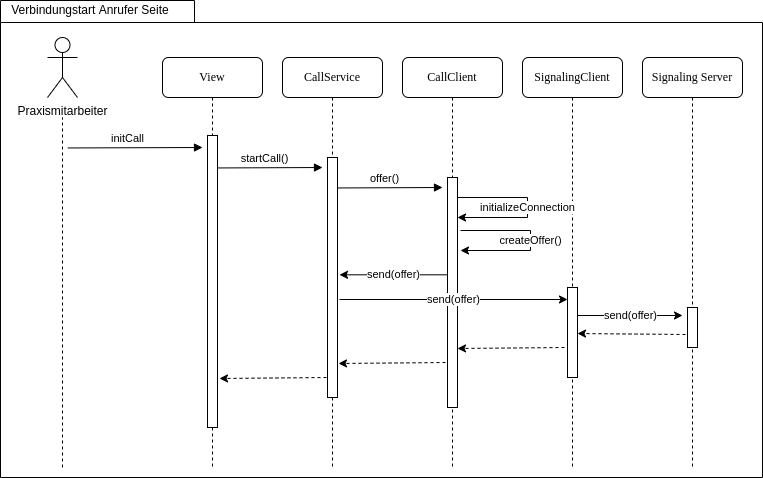
The draw.io diagram src/graphics/diagramms/Sequence_MobileClient_Caller_Signaling.drawio.png in jsvilling/IP6_Bachelorarbeit_Bericht_Cloudbasiertes_Praxisrufsystem, before a commit. Source tidied: cells renumbered, new cells last; positions are measured from the earlier drawing's top-left corner, leaving out a move shared by most shapes.
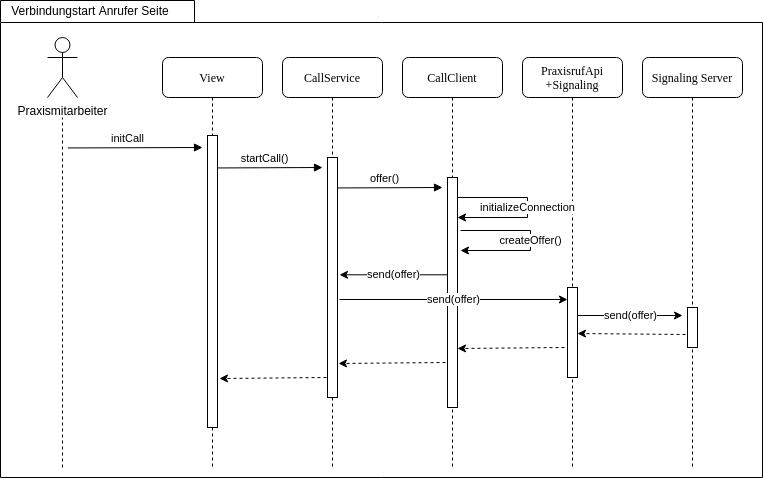
The same diagram one commit later.

Change to the diagram source:
```diff
@@ -35,7 +35,7 @@
         <mxPoint x="-64" y="306" as="targetPoint" />
       </mxGeometry>
     </mxCell>
-    <mxCell id="10" value="SignalingClient" style="shape=umlLifeline;perimeter=lifelinePerimeter;whiteSpace=wrap;html=1;rounded=1;shadow=0;comic=0;labelBackgroundColor=none;strokeWidth=1;fontFamily=Verdana;fontSize=12;align=center;" parent="1" vertex="1">
+    <mxCell id="10" value="PraxisrufApi&lt;br&gt;+Signaling" style="shape=umlLifeline;perimeter=lifelinePerimeter;whiteSpace=wrap;html=1;rounded=1;shadow=0;comic=0;labelBackgroundColor=none;strokeWidth=1;fontFamily=Verdana;fontSize=12;align=center;" parent="1" vertex="1">
       <mxGeometry x="522" y="57" width="100" height="410" as="geometry" />
     </mxCell>
     <mxCell id="11" value="initializeConnection" style="endArrow=classic;html=1;rounded=0;" parent="10" edge="1" target="7">
```
